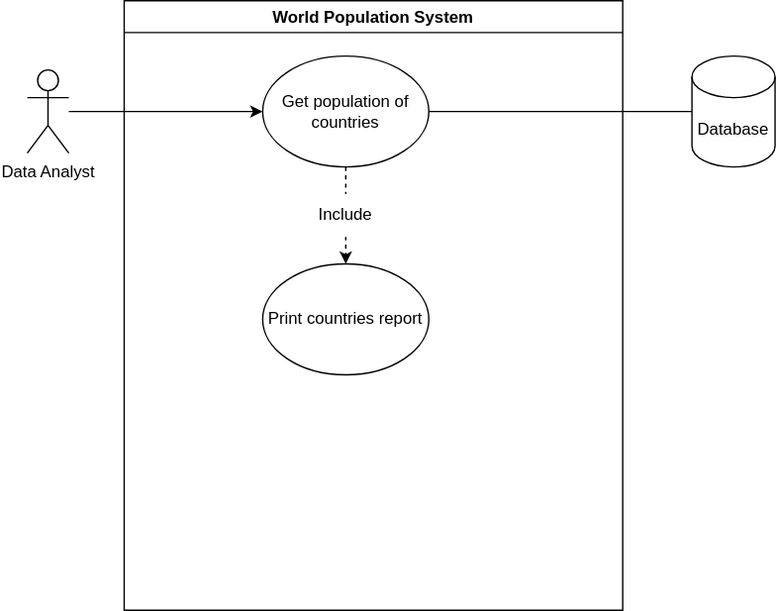
BrandonStreets-Mcleod/SET08103GroupProject keeps this draw.io diagram as use-cases/GroupProjectSystem.svg. Above is the earlier version. Source tidied: cells renumbered, new cells last; positions are measured from the earlier drawing's top-left corner, leaving out a move shared by most shapes. Its diagram source:
```xml
<mxGraphModel>
  <root>
    <mxCell id="0" />
    <mxCell id="1" parent="0" />
    <mxCell id="2" value="World Population System" style="swimlane;" parent="1" vertex="1">
      <mxGeometry x="70" width="360" height="440" as="geometry" />
    </mxCell>
    <mxCell id="3" style="edgeStyle=orthogonalEdgeStyle;rounded=0;jettySize=auto;html=1;exitX=0.5;exitY=1;exitDx=0;exitDy=0;entryX=0.5;entryY=0;entryDx=0;entryDy=0;dashed=1;endArrow=none;endFill=0;" parent="2" edge="1" source="4" target="7">
      <mxGeometry relative="1" as="geometry" />
    </mxCell>
    <mxCell id="4" value="Get population of countries" style="ellipse;whiteSpace=wrap;html=1;" parent="2" vertex="1">
      <mxGeometry x="100" y="40" width="120" height="80" as="geometry" />
    </mxCell>
    <mxCell id="5" value="Print countries report" style="ellipse;whiteSpace=wrap;html=1;" parent="2" vertex="1">
      <mxGeometry x="100" y="190" width="120" height="80" as="geometry" />
    </mxCell>
    <mxCell id="6" style="edgeStyle=orthogonalEdgeStyle;rounded=0;jettySize=auto;html=1;exitX=0.5;exitY=1;exitDx=0;exitDy=0;entryX=0.5;entryY=0;entryDx=0;entryDy=0;dashed=1;endArrow=classic;endFill=1;" parent="2" edge="1" source="7" target="5">
      <mxGeometry relative="1" as="geometry" />
    </mxCell>
    <mxCell id="7" value="Include" style="text;html=1;align=center;verticalAlign=middle;whiteSpace=wrap;rounded=0;strokeWidth=1;strokeColor=default;" parent="2" vertex="1">
      <mxGeometry x="130" y="140" width="60" height="30" as="geometry" />
    </mxCell>
    <mxCell id="8" style="edgeStyle=orthogonalEdgeStyle;rounded=0;jettySize=auto;html=1;entryX=0;entryY=0.5;entryDx=0;entryDy=0;endArrow=classic;endFill=1;" parent="1" edge="1" source="9" target="4">
      <mxGeometry relative="1" as="geometry" />
    </mxCell>
    <mxCell id="9" value="Data Analyst" style="shape=umlActor;verticalLabelPosition=bottom;verticalAlign=top;html=1;outlineConnect=0;" parent="1" vertex="1">
      <mxGeometry y="50" width="30" height="60" as="geometry" />
    </mxCell>
    <mxCell id="10" value="Database" style="shape=cylinder3;whiteSpace=wrap;html=1;boundedLbl=1;backgroundOutline=1;size=15;" parent="1" vertex="1">
      <mxGeometry x="480" y="40" width="60" height="80" as="geometry" />
    </mxCell>
    <mxCell id="11" style="edgeStyle=orthogonalEdgeStyle;rounded=0;jettySize=auto;html=1;exitX=1;exitY=0.5;exitDx=0;exitDy=0;entryX=0;entryY=0.5;entryDx=0;entryDy=0;entryPerimeter=0;endArrow=none;endFill=0;" parent="1" edge="1" source="4" target="10">
      <mxGeometry relative="1" as="geometry" />
    </mxCell>
  </root>
</mxGraphModel>
```
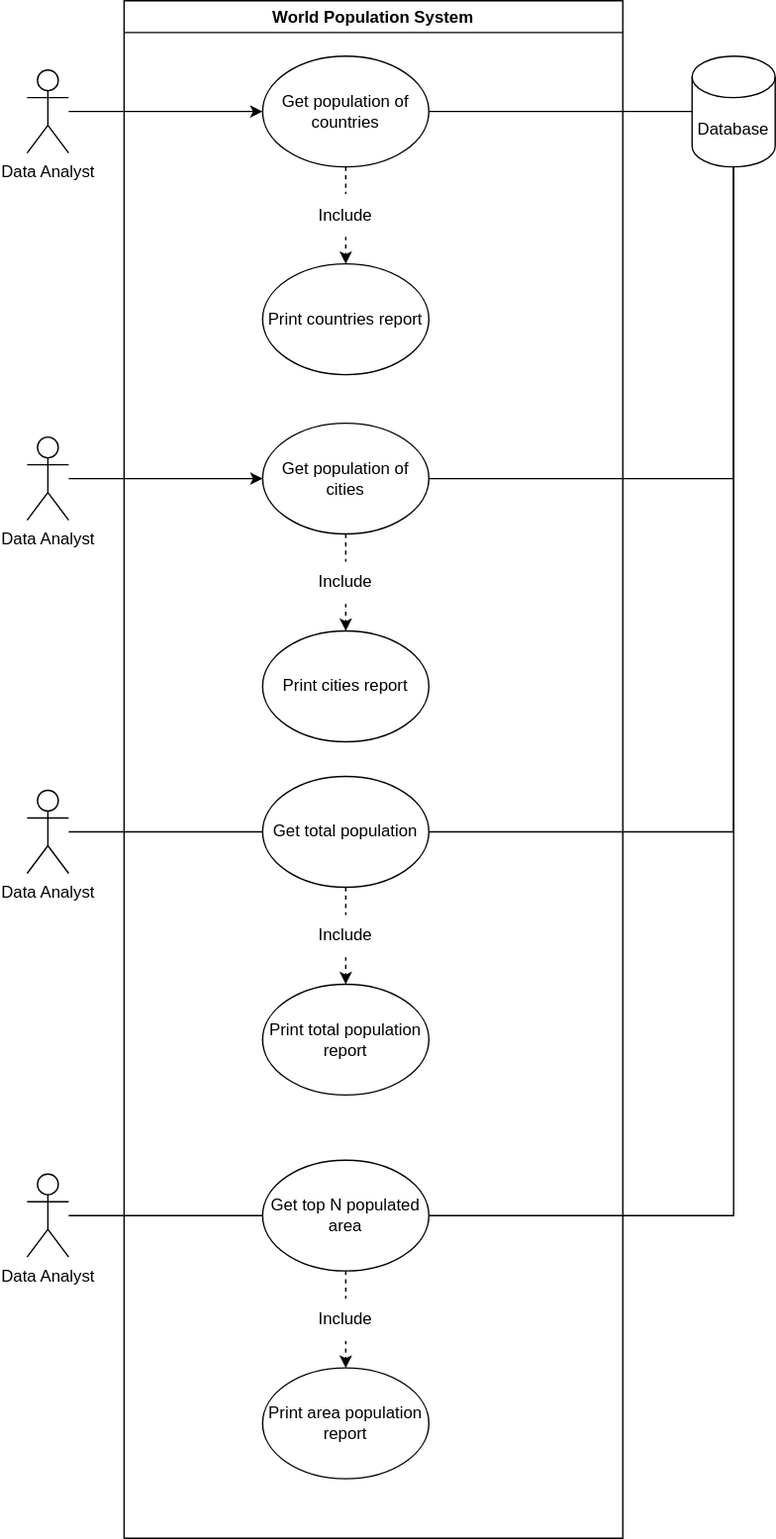
Above is the later version.

Commit message:
Use case diagram finished

The edit, as a diff of the source:
```diff
@@ -3,7 +3,7 @@
     <mxCell id="0" />
     <mxCell id="1" parent="0" />
     <mxCell id="2" value="World Population System" style="swimlane;" parent="1" vertex="1">
-      <mxGeometry x="70" width="360" height="440" as="geometry" />
+      <mxGeometry x="70" width="360" height="1110" as="geometry" />
     </mxCell>
     <mxCell id="3" style="edgeStyle=orthogonalEdgeStyle;rounded=0;jettySize=auto;html=1;exitX=0.5;exitY=1;exitDx=0;exitDy=0;entryX=0.5;entryY=0;entryDx=0;entryDy=0;dashed=1;endArrow=none;endFill=0;" parent="2" edge="1" source="4" target="7">
       <mxGeometry relative="1" as="geometry" />
@@ -20,6 +20,51 @@
     <mxCell id="7" value="Include" style="text;html=1;align=center;verticalAlign=middle;whiteSpace=wrap;rounded=0;strokeWidth=1;strokeColor=default;" parent="2" vertex="1">
       <mxGeometry x="130" y="140" width="60" height="30" as="geometry" />
     </mxCell>
+    <mxCell id="12" value="Get population of cities" style="ellipse;whiteSpace=wrap;html=1;" parent="2" vertex="1">
+      <mxGeometry x="100" y="305" width="120" height="80" as="geometry" />
+    </mxCell>
+    <mxCell id="13" value="Print cities report" style="ellipse;whiteSpace=wrap;html=1;" parent="2" vertex="1">
+      <mxGeometry x="100" y="455" width="120" height="80" as="geometry" />
+    </mxCell>
+    <mxCell id="14" style="edgeStyle=orthogonalEdgeStyle;rounded=0;jettySize=auto;html=1;exitX=0.5;exitY=1;exitDx=0;exitDy=0;entryX=0.5;entryY=0;entryDx=0;entryDy=0;dashed=1;endArrow=classic;endFill=1;" parent="2" edge="1" source="15" target="13">
+      <mxGeometry relative="1" as="geometry" />
+    </mxCell>
+    <mxCell id="15" value="Include" style="text;html=1;align=center;verticalAlign=middle;whiteSpace=wrap;rounded=0;strokeWidth=1;strokeColor=default;" parent="2" vertex="1">
+      <mxGeometry x="130" y="405" width="60" height="30" as="geometry" />
+    </mxCell>
+    <mxCell id="16" style="edgeStyle=orthogonalEdgeStyle;rounded=0;jettySize=auto;html=1;exitX=0.5;exitY=1;exitDx=0;exitDy=0;entryX=0.5;entryY=0;entryDx=0;entryDy=0;dashed=1;endArrow=none;endFill=0;" parent="2" edge="1" source="12" target="15">
+      <mxGeometry relative="1" as="geometry" />
+    </mxCell>
+    <mxCell id="17" value="Get total population" style="ellipse;whiteSpace=wrap;html=1;" parent="2" vertex="1">
+      <mxGeometry x="100" y="560" width="120" height="80" as="geometry" />
+    </mxCell>
+    <mxCell id="18" value="Print total population report" style="ellipse;whiteSpace=wrap;html=1;" parent="2" vertex="1">
+      <mxGeometry x="100" y="710" width="120" height="80" as="geometry" />
+    </mxCell>
+    <mxCell id="19" style="edgeStyle=orthogonalEdgeStyle;rounded=0;jettySize=auto;html=1;exitX=0.5;exitY=1;exitDx=0;exitDy=0;entryX=0.5;entryY=0;entryDx=0;entryDy=0;dashed=1;endArrow=classic;endFill=1;" parent="2" edge="1" source="20" target="18">
+      <mxGeometry relative="1" as="geometry" />
+    </mxCell>
+    <mxCell id="20" value="Include" style="text;html=1;align=center;verticalAlign=middle;whiteSpace=wrap;rounded=0;strokeWidth=1;strokeColor=default;" parent="2" vertex="1">
+      <mxGeometry x="130" y="660" width="60" height="30" as="geometry" />
+    </mxCell>
+    <mxCell id="21" style="edgeStyle=orthogonalEdgeStyle;rounded=0;jettySize=auto;html=1;exitX=0.5;exitY=1;exitDx=0;exitDy=0;entryX=0.5;entryY=0;entryDx=0;entryDy=0;dashed=1;endArrow=none;endFill=0;" parent="2" edge="1" source="17" target="20">
+      <mxGeometry relative="1" as="geometry" />
+    </mxCell>
+    <mxCell id="22" value="Get top N populated area" style="ellipse;whiteSpace=wrap;html=1;" parent="2" vertex="1">
+      <mxGeometry x="100" y="837" width="120" height="80" as="geometry" />
+    </mxCell>
+    <mxCell id="23" value="Print area population report" style="ellipse;whiteSpace=wrap;html=1;" parent="2" vertex="1">
+      <mxGeometry x="100" y="987" width="120" height="80" as="geometry" />
+    </mxCell>
+    <mxCell id="24" style="edgeStyle=orthogonalEdgeStyle;rounded=0;jettySize=auto;html=1;exitX=0.5;exitY=1;exitDx=0;exitDy=0;entryX=0.5;entryY=0;entryDx=0;entryDy=0;dashed=1;endArrow=classic;endFill=1;" parent="2" edge="1" source="25" target="23">
+      <mxGeometry relative="1" as="geometry" />
+    </mxCell>
+    <mxCell id="25" value="Include" style="text;html=1;align=center;verticalAlign=middle;whiteSpace=wrap;rounded=0;strokeWidth=1;strokeColor=default;" parent="2" vertex="1">
+      <mxGeometry x="130" y="937" width="60" height="30" as="geometry" />
+    </mxCell>
+    <mxCell id="26" style="edgeStyle=orthogonalEdgeStyle;rounded=0;jettySize=auto;html=1;exitX=0.5;exitY=1;exitDx=0;exitDy=0;entryX=0.5;entryY=0;entryDx=0;entryDy=0;dashed=1;endArrow=none;endFill=0;" parent="2" edge="1" source="22" target="25">
+      <mxGeometry relative="1" as="geometry" />
+    </mxCell>
     <mxCell id="8" style="edgeStyle=orthogonalEdgeStyle;rounded=0;jettySize=auto;html=1;entryX=0;entryY=0.5;entryDx=0;entryDy=0;endArrow=classic;endFill=1;" parent="1" edge="1" source="9" target="4">
       <mxGeometry relative="1" as="geometry" />
     </mxCell>
@@ -32,5 +77,32 @@
     <mxCell id="11" style="edgeStyle=orthogonalEdgeStyle;rounded=0;jettySize=auto;html=1;exitX=1;exitY=0.5;exitDx=0;exitDy=0;entryX=0;entryY=0.5;entryDx=0;entryDy=0;entryPerimeter=0;endArrow=none;endFill=0;" parent="1" edge="1" source="4" target="10">
       <mxGeometry relative="1" as="geometry" />
     </mxCell>
+    <mxCell id="27" style="edgeStyle=orthogonalEdgeStyle;rounded=0;jettySize=auto;html=1;entryX=0;entryY=0.5;entryDx=0;entryDy=0;" parent="1" edge="1" source="28" target="12">
+      <mxGeometry relative="1" as="geometry" />
+    </mxCell>
+    <mxCell id="28" value="Data Analyst" style="shape=umlActor;verticalLabelPosition=bottom;verticalAlign=top;html=1;outlineConnect=0;" parent="1" vertex="1">
+      <mxGeometry y="315" width="30" height="60" as="geometry" />
+    </mxCell>
+    <mxCell id="29" style="edgeStyle=orthogonalEdgeStyle;rounded=0;jettySize=auto;html=1;exitX=1;exitY=0.5;exitDx=0;exitDy=0;entryX=0.5;entryY=1;entryDx=0;entryDy=0;entryPerimeter=0;endArrow=none;endFill=0;" parent="1" edge="1" source="12" target="10">
+      <mxGeometry relative="1" as="geometry" />
+    </mxCell>
+    <mxCell id="30" style="edgeStyle=orthogonalEdgeStyle;rounded=0;jettySize=auto;html=1;entryX=0;entryY=0.5;entryDx=0;entryDy=0;endArrow=none;endFill=0;" parent="1" edge="1" source="31" target="17">
+      <mxGeometry relative="1" as="geometry" />
+    </mxCell>
+    <mxCell id="31" value="Data Analyst" style="shape=umlActor;verticalLabelPosition=bottom;verticalAlign=top;html=1;outlineConnect=0;" parent="1" vertex="1">
+      <mxGeometry y="570" width="30" height="60" as="geometry" />
+    </mxCell>
+    <mxCell id="32" style="edgeStyle=orthogonalEdgeStyle;rounded=0;jettySize=auto;html=1;exitX=1;exitY=0.5;exitDx=0;exitDy=0;endArrow=none;endFill=0;entryX=0.5;entryY=1;entryDx=0;entryDy=0;entryPerimeter=0;" parent="1" edge="1" source="17" target="10">
+      <mxGeometry relative="1" as="geometry" />
+    </mxCell>
+    <mxCell id="33" style="edgeStyle=orthogonalEdgeStyle;rounded=0;jettySize=auto;html=1;entryX=0;entryY=0.5;entryDx=0;entryDy=0;endArrow=none;endFill=0;" parent="1" edge="1" source="34" target="22">
+      <mxGeometry relative="1" as="geometry" />
+    </mxCell>
+    <mxCell id="34" value="Data Analyst" style="shape=umlActor;verticalLabelPosition=bottom;verticalAlign=top;html=1;outlineConnect=0;" parent="1" vertex="1">
+      <mxGeometry y="847" width="30" height="60" as="geometry" />
+    </mxCell>
+    <mxCell id="35" style="edgeStyle=orthogonalEdgeStyle;rounded=0;jettySize=auto;html=1;exitX=1;exitY=0.5;exitDx=0;exitDy=0;entryX=0.5;entryY=1;entryDx=0;entryDy=0;entryPerimeter=0;endArrow=none;endFill=0;" parent="1" edge="1" source="22" target="10">
+      <mxGeometry relative="1" as="geometry" />
+    </mxCell>
   </root>
 </mxGraphModel>
```
